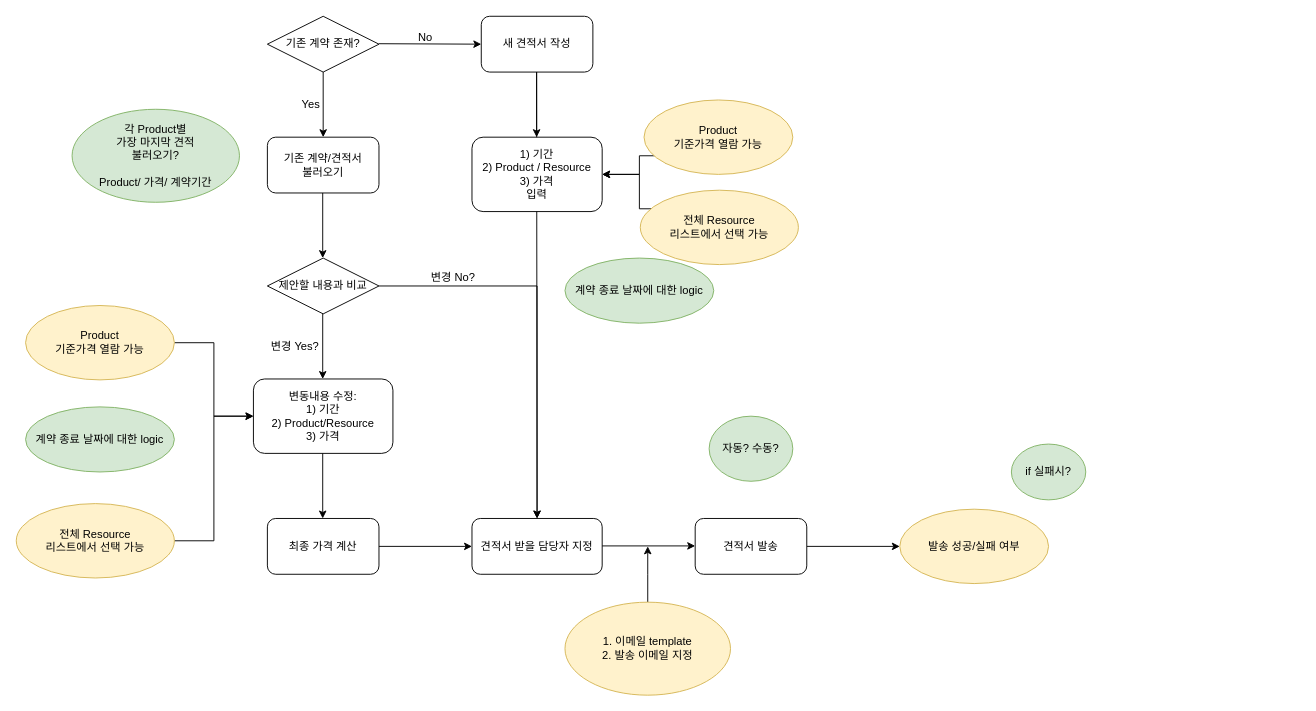
The draw.io diagram page "견적서_process" (7 of 7) of cknet 오브젝트 및 프로세스.drawio in cknet-saleforce/newyork, before the edit. Source tidied: cells renumbered, new cells numbered last; positions are measured from the earlier drawing's top-left corner, leaving out a move shared by most shapes. Both pictures are drawn from the tidied source at 93%, with x=0, y=0 at pixel (16, 16).
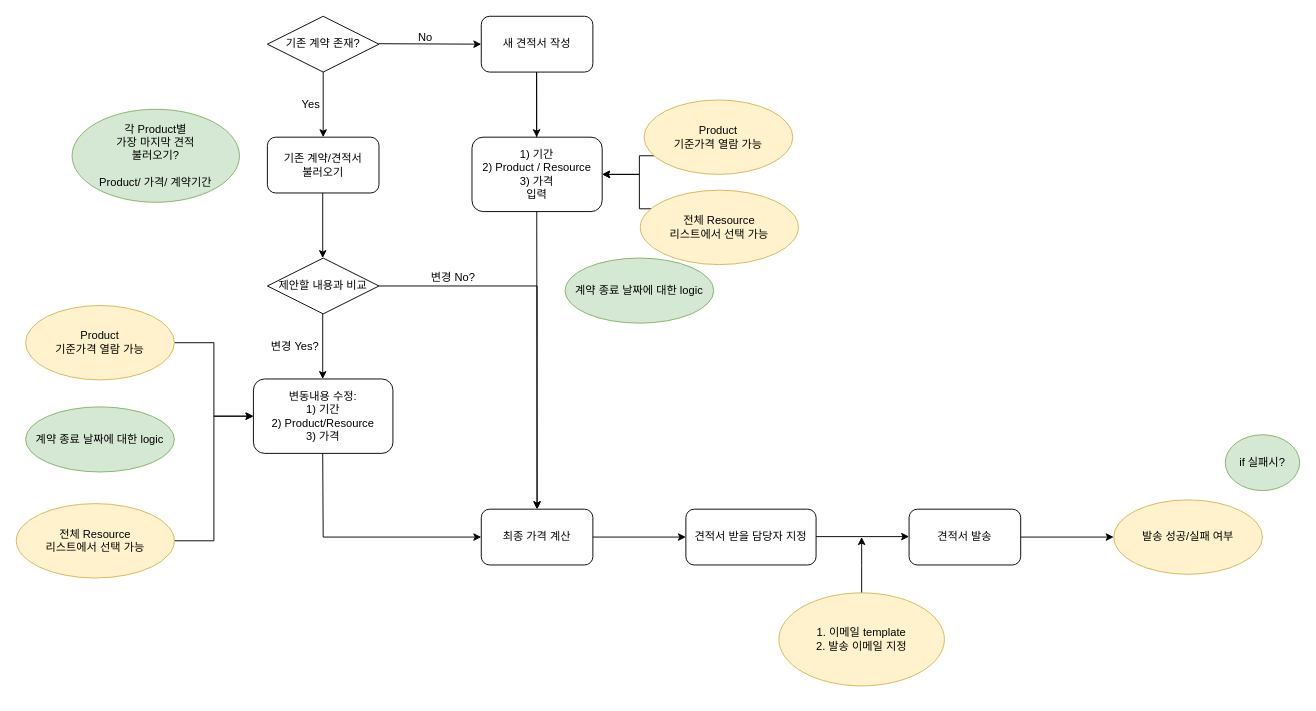
The same diagram, later.

Commit message:
Update cknet 오브젝트 및 프로세스.drawio

What changed in the source:
```diff
@@
     <mxCell id="6" value="최종 가격 계산" style="rounded=1;whiteSpace=wrap;html=1;" parent="1" vertex="1">
-      <mxGeometry x="270" y="540" width="120" height="60" as="geometry" />
+      <mxGeometry x="500" y="530" width="120" height="60" as="geometry" />
     </mxCell>
     <mxCell id="7" value="견적서 받을 담당자 지정" style="rounded=1;whiteSpace=wrap;html=1;" parent="1" vertex="1">
-      <mxGeometry x="490" y="540" width="140" height="60" as="geometry" />
+      <mxGeometry x="720" y="530" width="140" height="60" as="geometry" />
     </mxCell>
@@
     <mxCell id="9" value="견적서 발송" style="rounded=1;whiteSpace=wrap;html=1;" parent="1" vertex="1">
-      <mxGeometry x="730" y="540" width="120" height="60" as="geometry" />
+      <mxGeometry x="960" y="530" width="120" height="60" as="geometry" />
     </mxCell>
@@
-    <mxCell id="13" style="endArrow=classic;html=1;rounded=0;entryX=0.5;entryY=0;entryDx=0;entryDy=0;exitX=0.5;exitY=1;exitDx=0;exitDy=0;" parent="1" edge="1">
+    <mxCell id="13" style="endArrow=classic;html=1;rounded=0;exitX=0.5;exitY=1;exitDx=0;exitDy=0;entryX=0;entryY=0.5;entryDx=0;entryDy=0;" parent="1" edge="1" target="6">
       <mxGeometry relative="1" as="geometry">
         <mxPoint x="329.5" y="470" as="sourcePoint" />
-        <mxPoint x="329.5" y="540" as="targetPoint" />
+        <Array as="points">
+          <mxPoint x="330" y="560" />
+        </Array>
       </mxGeometry>
     </mxCell>
-    <mxCell id="14" style="endArrow=classic;html=1;rounded=0;entryX=0.5;entryY=0;entryDx=0;entryDy=0;" parent="1" edge="1" target="7">
+    <mxCell id="14" style="endArrow=classic;html=1;rounded=0;" parent="1" edge="1">
       <mxGeometry relative="1" as="geometry">
         <mxPoint x="390" y="290" as="sourcePoint" />
+        <mxPoint x="560" y="530" as="targetPoint" />
         <Array as="points">
           <mxPoint x="560" y="290" />
         </Array>
       </mxGeometry>
     </mxCell>
     <mxCell id="15" style="endArrow=classic;html=1;rounded=0;entryX=0;entryY=0.5;entryDx=0;entryDy=0;" parent="1" edge="1" target="7">
       <mxGeometry relative="1" as="geometry">
-        <mxPoint x="390" y="570" as="sourcePoint" />
+        <mxPoint x="620" y="560" as="sourcePoint" />
       </mxGeometry>
     </mxCell>
     <mxCell id="16" style="endArrow=classic;html=1;rounded=0;entryX=0;entryY=0.5;entryDx=0;entryDy=0;" parent="1" edge="1">
       <mxGeometry relative="1" as="geometry">
-        <mxPoint x="630" y="569.5" as="sourcePoint" />
-        <mxPoint x="730" y="569.5" as="targetPoint" />
+        <mxPoint x="860" y="559.5" as="sourcePoint" />
+        <mxPoint x="960" y="559.5" as="targetPoint" />
       </mxGeometry>
     </mxCell>
@@
-    <mxCell id="20" style="endArrow=classic;html=1;rounded=0;entryX=0.5;entryY=0;entryDx=0;entryDy=0;exitX=0.5;exitY=1;exitDx=0;exitDy=0;" parent="1" edge="1" target="7">
+    <mxCell id="20" style="endArrow=classic;html=1;rounded=0;exitX=0.5;exitY=1;exitDx=0;exitDy=0;entryX=0.5;entryY=0;entryDx=0;entryDy=0;" parent="1" edge="1" target="6">
       <mxGeometry relative="1" as="geometry">
         <mxPoint x="559.5" y="60" as="sourcePoint" />
       </mxGeometry>
     </mxCell>
@@
     <mxCell id="31" style="edgeStyle=orthogonalEdgeStyle;rounded=0;jettySize=auto;html=1;" parent="1" edge="1" source="32">
       <mxGeometry relative="1" as="geometry">
-        <mxPoint x="679" y="570" as="targetPoint" />
+        <mxPoint x="909" y="560" as="targetPoint" />
       </mxGeometry>
     </mxCell>
     <mxCell id="32" value="1. 이메일 template&lt;br&gt;2. 발송 이메일 지정" style="ellipse;whiteSpace=wrap;html=1;fillColor=#fff2cc;strokeColor=#d6b656;" parent="1" vertex="1">
-      <mxGeometry x="590" y="630" width="178" height="100" as="geometry" />
+      <mxGeometry x="820" y="620" width="178" height="100" as="geometry" />
     </mxCell>
     <mxCell id="33" value="발송 성공/실패 여부" style="ellipse;whiteSpace=wrap;html=1;fillColor=#fff2cc;strokeColor=#d6b656;" parent="1" vertex="1">
-      <mxGeometry x="950" y="530" width="160" height="80" as="geometry" />
+      <mxGeometry x="1180" y="520" width="160" height="80" as="geometry" />
     </mxCell>
     <mxCell id="34" value="if 실패시?" style="ellipse;whiteSpace=wrap;html=1;fillColor=#d5e8d4;strokeColor=#82b366;" parent="1" vertex="1">
-      <mxGeometry x="1070" y="460" width="80" height="60" as="geometry" />
+      <mxGeometry x="1300" y="450" width="80" height="60" as="geometry" />
     </mxCell>
-    <mxCell id="35" value="자동? 수동?" style="ellipse;whiteSpace=wrap;html=1;fillColor=#d5e8d4;strokeColor=#82b366;" parent="1" vertex="1">
-      <mxGeometry x="745" y="430" width="90" height="70" as="geometry" />
-    </mxCell>
```
